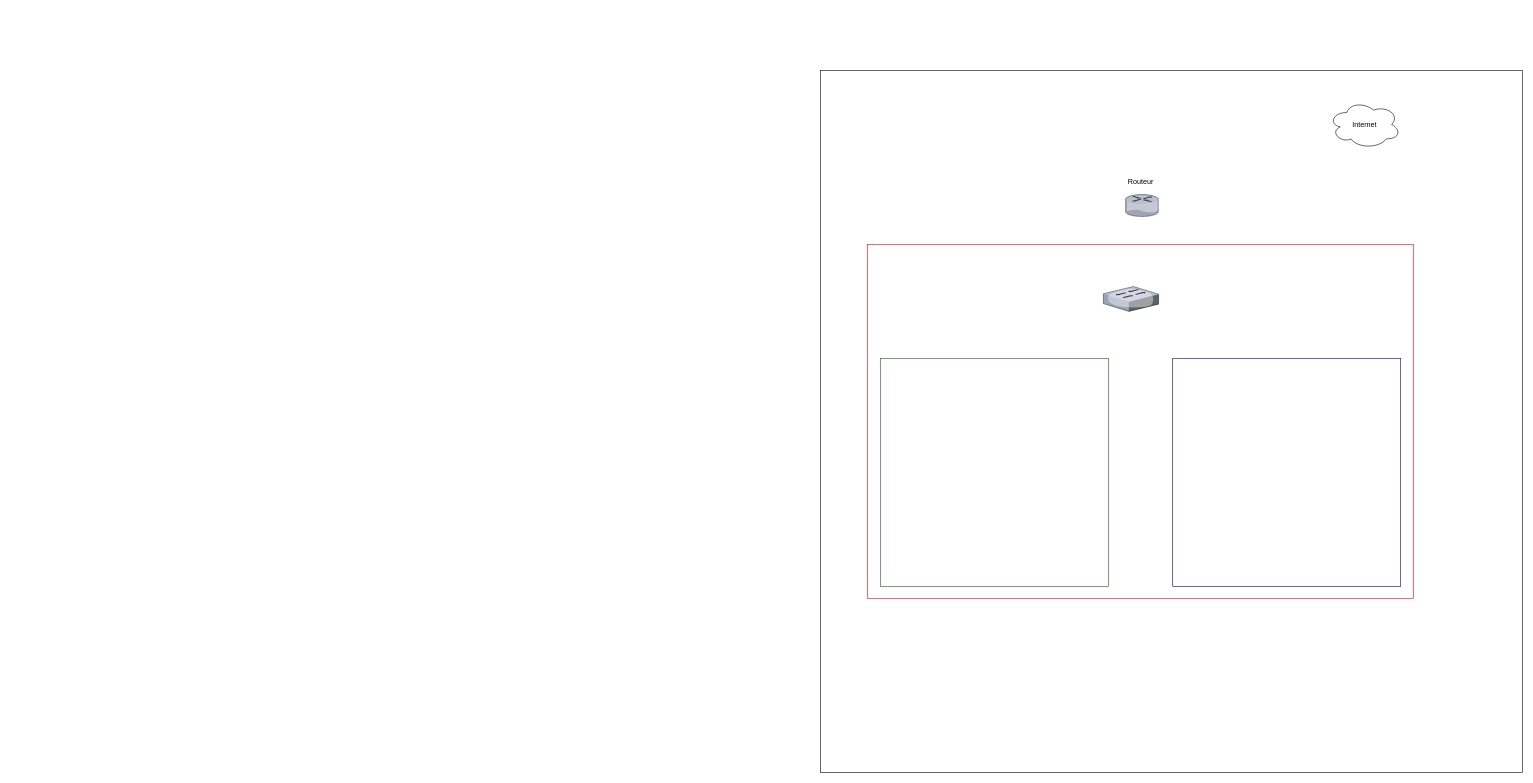
Before: Schema_reseau.drawio in leeeooooooooo/Projet_Visualisation, a draw.io diagram. Source tidied: cells renumbered, new cells numbered last; positions are measured from the earlier drawing's top-left corner, leaving out a move shared by most shapes. Both pictures are drawn from the tidied source at 60%, with x=0, y=0 at pixel (820, 70).
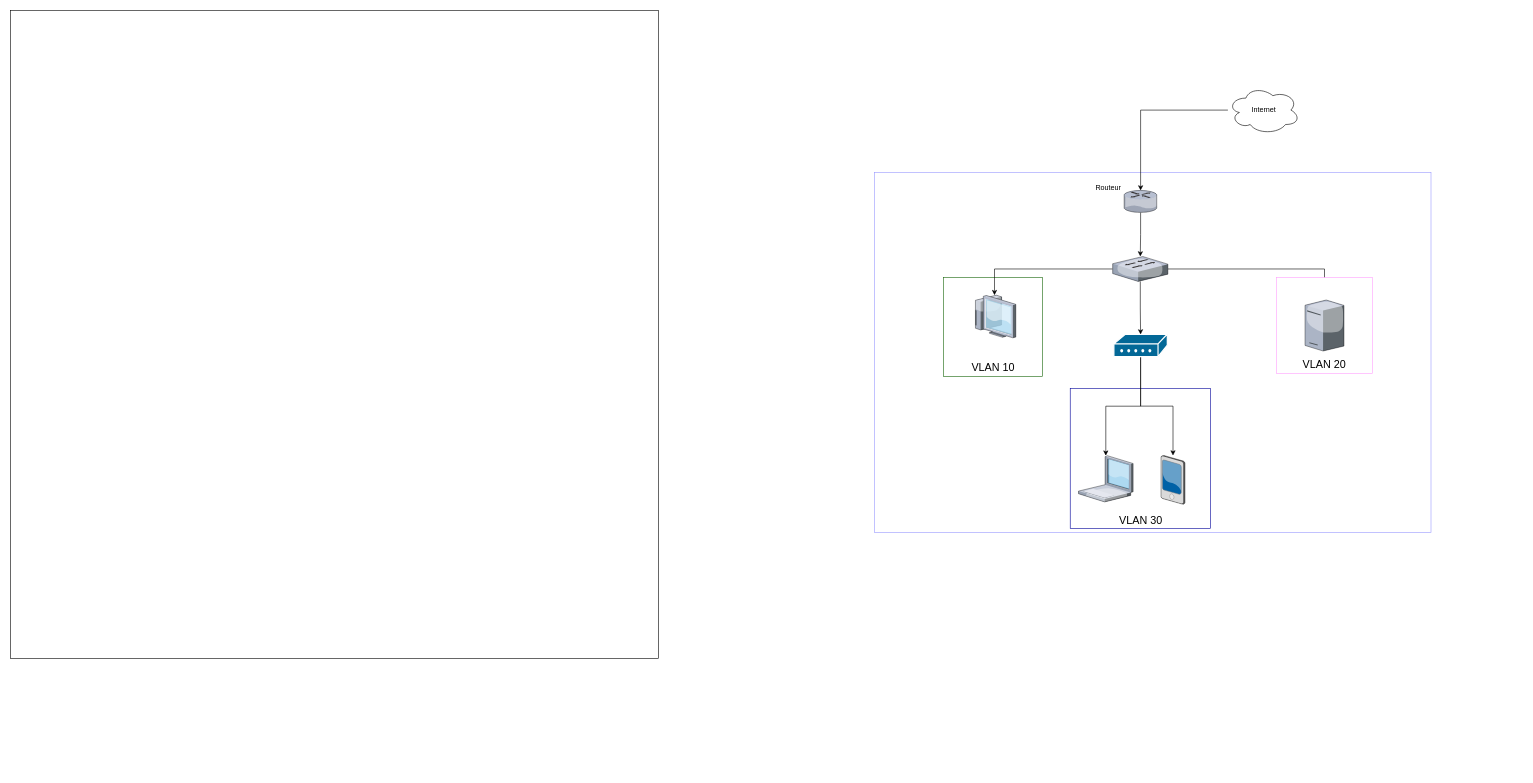
Above is the later version.

Commit message:
Mettre à jour Schema_reseau.drawio

Diff of the diagram source:
```diff
@@
-    <mxCell id="2" style="whiteSpace=wrap;html=1;" parent="1" vertex="1">
-      <mxGeometry width="1170" height="1170" as="geometry" />
+    <mxCell id="2" value="&lt;p&gt;&lt;br&gt;&lt;/p&gt;" style="whiteSpace=wrap;html=1;fontStyle=1;" parent="1" vertex="1">
+      <mxGeometry x="-1350" y="-100" width="1080" height="1080" as="geometry" />
     </mxCell>
-    <mxCell id="3" style="rounded=0;whiteSpace=wrap;html=1;shadow=0;strokeColor=#FF0000;" parent="1" vertex="1">
-      <mxGeometry x="78.5" y="290" width="910" height="590" as="geometry" />
+    <mxCell id="3" style="rounded=0;whiteSpace=wrap;html=1;shadow=0;strokeColor=#9999FF;" parent="1" vertex="1">
+      <mxGeometry x="90" y="170" width="927.5" height="600" as="geometry" />
     </mxCell>
     <mxCell id="4" style="whiteSpace=wrap;html=1;strokeColor=#18660A;" parent="1" vertex="1">
-      <mxGeometry x="100" y="480" width="380" height="380" as="geometry" />
+      <mxGeometry x="205" y="345" width="165" height="165" as="geometry" />
     </mxCell>
+    <mxCell id="11" style="edgeStyle=orthogonalEdgeStyle;rounded=0;jettySize=auto;html=1;" parent="1" edge="1" source="5" target="7">
+      <mxGeometry relative="1" as="geometry" />
+    </mxCell>
     <mxCell id="5" style="ellipse;shape=cloud;whiteSpace=wrap;html=1;" parent="1" vertex="1">
-      <mxGeometry x="847" y="50" width="120" height="80" as="geometry" />
+      <mxGeometry x="679" y="26" width="120" height="80" as="geometry" />
     </mxCell>
     <mxCell id="6" value="Routeur" style="text;html=1;align=center;verticalAlign=middle;whiteSpace=wrap;rounded=0;" parent="1" vertex="1">
-      <mxGeometry x="503.5" y="170" width="60" height="30" as="geometry" />
+      <mxGeometry x="450" y="180" width="60" height="30" as="geometry" />
     </mxCell>
+    <mxCell id="12" style="edgeStyle=orthogonalEdgeStyle;rounded=0;jettySize=auto;html=1;" parent="1" edge="1" source="7" target="8">
+      <mxGeometry relative="1" as="geometry" />
+    </mxCell>
     <mxCell id="7" style="verticalLabelPosition=bottom;sketch=0;html=1;verticalAlign=top;strokeColor=none;align=center;outlineConnect=0;shape=mxgraph.citrix.router;" parent="1" vertex="1">
-      <mxGeometry x="508.5" y="206.8" width="55" height="36.5" as="geometry" />
+      <mxGeometry x="506" y="200" width="55" height="36.5" as="geometry" />
     </mxCell>
+    <mxCell id="13" style="edgeStyle=orthogonalEdgeStyle;rounded=0;jettySize=auto;html=1;" parent="1" edge="1" source="8" target="19">
+      <mxGeometry relative="1" as="geometry" />
+    </mxCell>
+    <mxCell id="14" style="edgeStyle=orthogonalEdgeStyle;rounded=0;jettySize=auto;html=1;" parent="1" edge="1" source="8" target="21">
+      <mxGeometry relative="1" as="geometry" />
+    </mxCell>
     <mxCell id="8" style="verticalLabelPosition=bottom;sketch=0;html=1;verticalAlign=top;strokeColor=none;align=center;outlineConnect=0;shape=mxgraph.citrix.switch;" parent="1" vertex="1">
-      <mxGeometry x="471.5" y="360" width="92" height="41.5" as="geometry" />
+      <mxGeometry x="487" y="310" width="92" height="41.5" as="geometry" />
     </mxCell>
     <mxCell id="9" value="Internet" style="text;html=1;align=center;verticalAlign=middle;whiteSpace=wrap;rounded=0;" parent="1" vertex="1">
-      <mxGeometry x="877" y="75" width="60" height="30" as="geometry" />
+      <mxGeometry x="709" y="51" width="60" height="30" as="geometry" />
     </mxCell>
     <mxCell id="10" style="whiteSpace=wrap;html=1;strokeColor=#000099;" parent="1" vertex="1">
-      <mxGeometry x="587" y="480" width="380" height="380" as="geometry" />
+      <mxGeometry x="416.2" y="530" width="233.5" height="233.5" as="geometry" />
     </mxCell>
+    <mxCell id="15" style="whiteSpace=wrap;html=1;strokeColor=#FFA1FD;" parent="1" vertex="1">
+      <mxGeometry x="760" y="345" width="160" height="160" as="geometry" />
+    </mxCell>
+    <mxCell id="16" value="&lt;font style=&quot;font-size: 18px;&quot;&gt;VLAN 10&lt;/font&gt;" style="text;strokeColor=none;align=center;fillColor=none;html=1;verticalAlign=middle;whiteSpace=wrap;rounded=0;" parent="1" vertex="1">
+      <mxGeometry x="197.5" y="480" width="180" height="30" as="geometry" />
+    </mxCell>
+    <mxCell id="17" value="&lt;font style=&quot;font-size: 18px;&quot;&gt;VLAN 20&lt;/font&gt;" style="text;strokeColor=none;align=center;fillColor=none;html=1;verticalAlign=middle;whiteSpace=wrap;rounded=0;" parent="1" vertex="1">
+      <mxGeometry x="750" y="475" width="180" height="30" as="geometry" />
+    </mxCell>
+    <mxCell id="18" value="&lt;font style=&quot;font-size: 18px;&quot;&gt;VLAN 30&lt;/font&gt;" style="text;strokeColor=none;align=center;fillColor=none;html=1;verticalAlign=middle;whiteSpace=wrap;rounded=0;" parent="1" vertex="1">
+      <mxGeometry x="443.5" y="735" width="180" height="30" as="geometry" />
+    </mxCell>
+    <mxCell id="19" style="verticalLabelPosition=bottom;sketch=0;html=1;verticalAlign=top;strokeColor=none;align=center;outlineConnect=0;shape=mxgraph.citrix.tower_server;" parent="1" vertex="1">
+      <mxGeometry x="807.5" y="382.5" width="65" height="85" as="geometry" />
+    </mxCell>
+    <mxCell id="20" style="verticalLabelPosition=bottom;sketch=0;html=1;verticalAlign=top;strokeColor=none;align=center;outlineConnect=0;shape=mxgraph.citrix.pda;" parent="1" vertex="1">
+      <mxGeometry x="567.5" y="641.7" width="40" height="81.3" as="geometry" />
+    </mxCell>
+    <mxCell id="21" style="verticalLabelPosition=bottom;sketch=0;html=1;verticalAlign=top;strokeColor=none;align=center;outlineConnect=0;shape=mxgraph.citrix.thin_client;" parent="1" vertex="1">
+      <mxGeometry x="254.5" y="374.5" width="71" height="71" as="geometry" />
+    </mxCell>
+    <mxCell id="22" style="verticalLabelPosition=bottom;sketch=0;html=1;verticalAlign=top;strokeColor=none;align=center;outlineConnect=0;shape=mxgraph.citrix.laptop_1;" parent="1" vertex="1">
+      <mxGeometry x="430" y="642" width="91" height="77" as="geometry" />
+    </mxCell>
+    <mxCell id="23" style="edgeStyle=orthogonalEdgeStyle;rounded=0;jettySize=auto;html=1;entryX=0.5;entryY=0;entryDx=0;entryDy=0;entryPerimeter=0;" parent="1" edge="1" source="8" target="26">
+      <mxGeometry relative="1" as="geometry" />
+    </mxCell>
+    <mxCell id="24" style="edgeStyle=orthogonalEdgeStyle;rounded=0;jettySize=auto;html=1;" parent="1" edge="1" source="26" target="22">
+      <mxGeometry relative="1" as="geometry" />
+    </mxCell>
+    <mxCell id="25" style="edgeStyle=orthogonalEdgeStyle;rounded=0;jettySize=auto;html=1;" parent="1" edge="1" source="26" target="20">
+      <mxGeometry relative="1" as="geometry" />
+    </mxCell>
+    <mxCell id="26" style="shape=mxgraph.cisco.modems_and_phones.modem;html=1;dashed=0;fillColor=#036897;strokeColor=#ffffff;strokeWidth=2;verticalLabelPosition=bottom;verticalAlign=top;align=center;outlineConnect=0;" parent="1" vertex="1">
+      <mxGeometry x="489" y="440" width="89" height="37" as="geometry" />
+    </mxCell>
```
